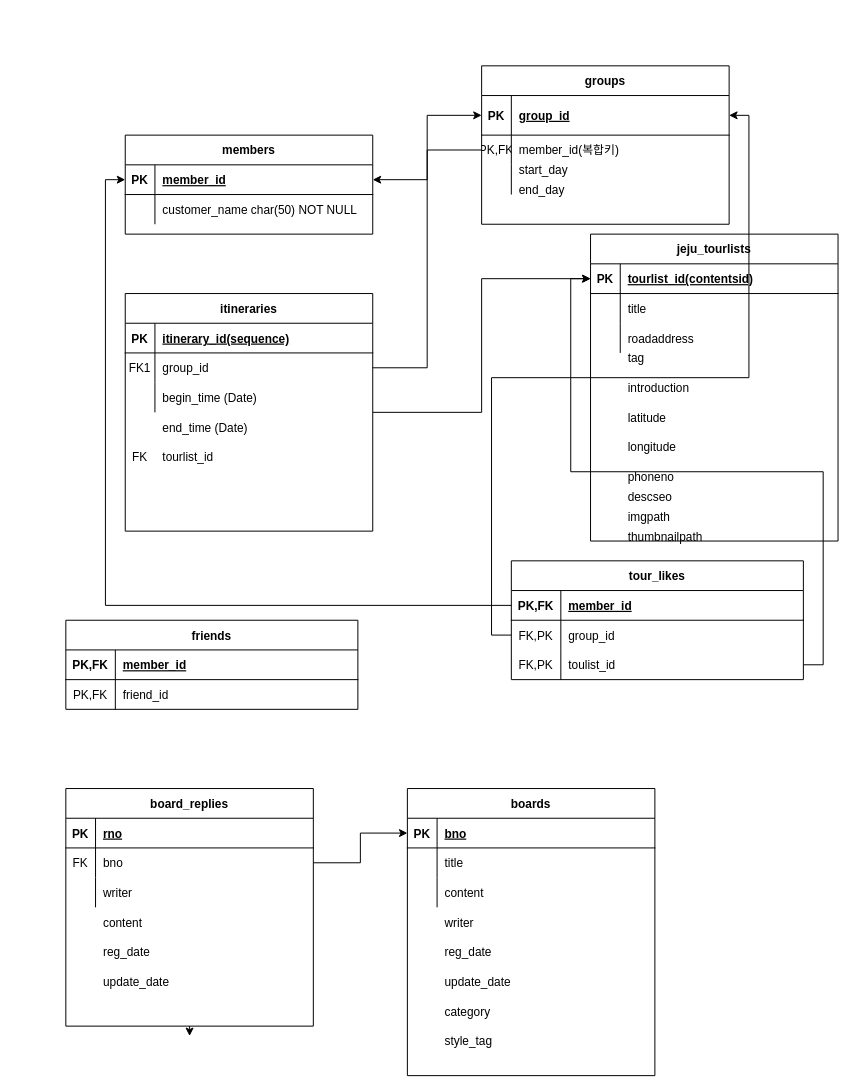
Youyeon-Kim/ShallweJeju keeps this draw.io diagram as Untitled Diagram.drawio. Above is the earlier version. Source tidied: cells renumbered, new cells numbered last; positions are measured from the earlier drawing's top-left corner, leaving out a move shared by most shapes. Both pictures are drawn from the tidied source at 99%, with x=0, y=0 at pixel (65, 65).
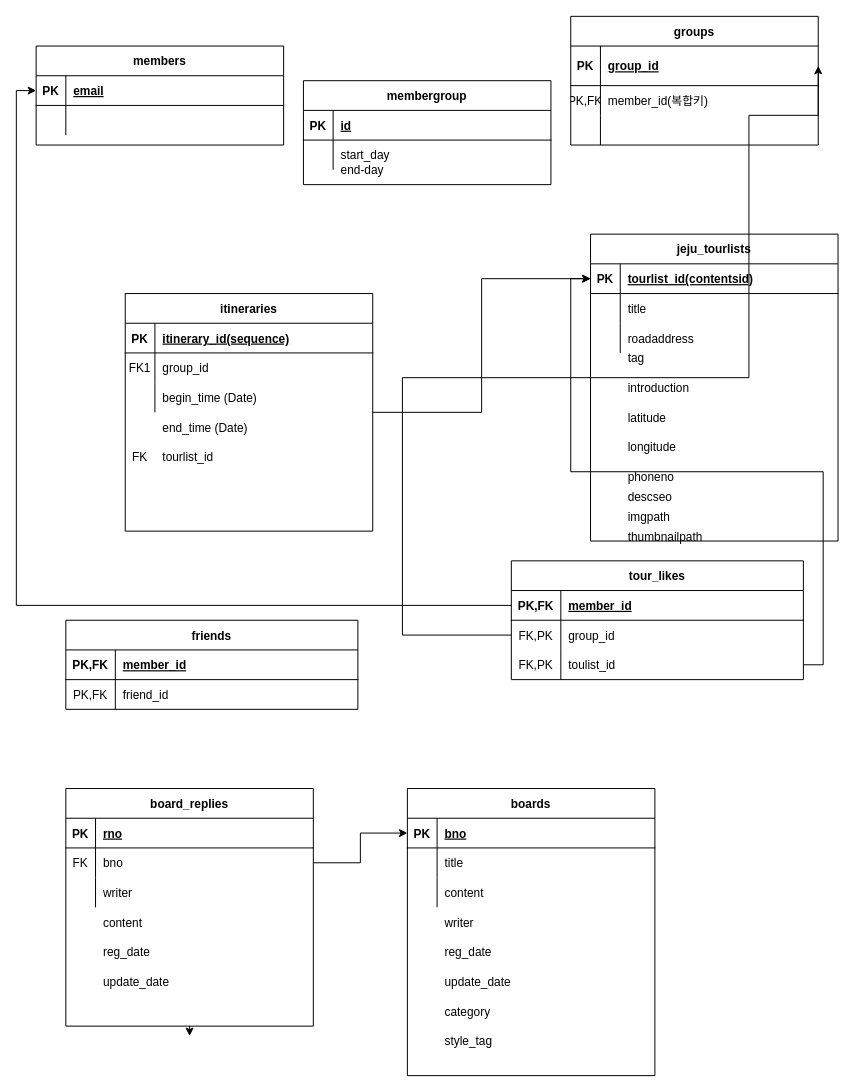
Above is the later version.

Unchanged cells that the change refers to:
```xml
<mxCell id="3" style="shape=partialRectangle;fillColor=none;points=[[0,0.5],[1,0.5]];portConstraint=eastwest;top=0;left=0;right=0;bottom=1;" parent="2" vertex="1">
  <mxGeometry y="30" width="250" height="40" as="geometry" />
</mxCell>
<mxCell id="6" style="shape=partialRectangle;fillColor=none;points=[[0,0.5],[1,0.5]];portConstraint=eastwest;top=0;left=0;right=0;bottom=0;" parent="2" vertex="1">
  <mxGeometry y="70" width="250" height="30" as="geometry" />
</mxCell>
<mxCell id="23" style="shape=partialRectangle;fillColor=none;points=[[0,0.5],[1,0.5]];portConstraint=eastwest;top=0;left=0;right=0;bottom=1;" parent="22" vertex="1">
  <mxGeometry y="30" width="250" height="30" as="geometry" />
</mxCell>
<mxCell id="26" style="shape=partialRectangle;fillColor=none;top=0;left=0;right=0;bottom=0;" parent="22" vertex="1">
  <mxGeometry y="60" width="250" height="30" as="geometry" />
</mxCell>
<mxCell id="34" style="shape=partialRectangle;fillColor=none;points=[[0,0.5],[1,0.5]];portConstraint=eastwest;top=0;left=0;right=0;bottom=0;" parent="30" vertex="1">
  <mxGeometry y="60" width="250" height="30" as="geometry" />
</mxCell>
<mxCell id="79" style="shape=partialRectangle;fillColor=none;points=[[0,0.5],[1,0.5]];portConstraint=eastwest;top=0;left=0;right=0;bottom=0;" parent="75" vertex="1">
  <mxGeometry y="60" width="295" height="30" as="geometry" />
</mxCell>
```

What changed in the source:
```diff
@@
     <mxCell id="2" value="groups" style="shape=table;startSize=30;childLayout=tableLayout;rowLines=0;fontStyle=1;align=center;" parent="1" vertex="1">
-      <mxGeometry x="420" width="250" height="160" as="geometry" />
+      <mxGeometry x="510" y="-50" width="250" height="130" as="geometry" />
     </mxCell>
@@
     <mxCell id="22" value="members" style="shape=table;startSize=30;childLayout=tableLayout;rowLines=0;fontStyle=1;align=center;" parent="1" vertex="1">
-      <mxGeometry x="60" y="70" width="250" height="100" as="geometry" />
+      <mxGeometry x="-30" y="-20" width="250" height="100" as="geometry" />
     </mxCell>
@@
-    <mxCell id="25" value="member_id" style="shape=partialRectangle;overflow=hidden;fillColor=none;top=0;left=0;bottom=0;right=0;align=left;spacingLeft=6;fontStyle=5;" parent="23" vertex="1">
+    <mxCell id="25" value="email" style="shape=partialRectangle;overflow=hidden;fillColor=none;top=0;left=0;bottom=0;right=0;align=left;spacingLeft=6;fontStyle=5;" parent="23" vertex="1">
       <mxGeometry x="30" width="220" height="30" as="geometry" />
     </mxCell>
@@
-    <mxCell id="28" value="customer_name char(50) NOT NULL" style="shape=partialRectangle;overflow=hidden;fillColor=none;top=0;left=0;bottom=0;right=0;align=left;spacingLeft=6;" parent="26" vertex="1">
+    <mxCell id="28" style="shape=partialRectangle;overflow=hidden;fillColor=none;top=0;left=0;bottom=0;right=0;align=left;spacingLeft=6;" parent="26" vertex="1">
       <mxGeometry x="30" width="220" height="30" as="geometry" />
     </mxCell>
@@
-    <mxCell id="43" style="edgeStyle=orthogonalEdgeStyle;rounded=0;jettySize=auto;html=1;exitX=1;exitY=0.5;exitDx=0;exitDy=0;entryX=0;entryY=0.5;entryDx=0;entryDy=0;" parent="1" edge="1" source="34" target="3">
-      <mxGeometry relative="1" as="geometry" />
-    </mxCell>
-    <mxCell id="44" value="start_day" style="shape=partialRectangle;overflow=hidden;fillColor=none;top=0;left=0;bottom=0;right=0;align=left;spacingLeft=6;" parent="1" vertex="1">
-      <mxGeometry x="450" y="90" width="220" height="30" as="geometry" />
-    </mxCell>
-    <mxCell id="45" value="end_day" style="shape=partialRectangle;overflow=hidden;fillColor=none;top=0;left=0;bottom=0;right=0;align=left;spacingLeft=6;" parent="1" vertex="1">
-      <mxGeometry x="450" y="110" width="220" height="30" as="geometry" />
-    </mxCell>
@@
-    <mxCell id="87" style="edgeStyle=orthogonalEdgeStyle;rounded=0;jettySize=auto;html=1;exitX=0;exitY=0.5;exitDx=0;exitDy=0;" parent="1" edge="1" source="6" target="23">
-      <mxGeometry relative="1" as="geometry" />
-    </mxCell>
@@
     <mxCell id="90" style="edgeStyle=orthogonalEdgeStyle;rounded=0;jettySize=auto;html=1;entryX=1;entryY=0.5;entryDx=0;entryDy=0;" parent="1" edge="1" source="79" target="3">
-      <mxGeometry relative="1" as="geometry" />
+      <mxGeometry relative="1" as="geometry">
+        <Array as="points">
+          <mxPoint x="340" y="575" />
+          <mxPoint x="340" y="315" />
+          <mxPoint x="690" y="315" />
+          <mxPoint x="690" y="50" />
+        </Array>
+      </mxGeometry>
     </mxCell>
@@
+    <mxCell id="108" value="membergroup" style="shape=table;startSize=30;childLayout=tableLayout;rowLines=0;fontStyle=1;align=center;" parent="1" vertex="1">
+      <mxGeometry x="240" y="15" width="250" height="105" as="geometry" />
+    </mxCell>
+    <mxCell id="109" style="shape=partialRectangle;fillColor=none;top=0;left=0;right=0;bottom=1;" parent="108" vertex="1">
+      <mxGeometry y="30" width="250" height="30" as="geometry" />
+    </mxCell>
+    <mxCell id="110" value="PK" style="shape=partialRectangle;overflow=hidden;fillColor=none;top=0;left=0;bottom=0;right=0;fontStyle=1;" parent="109" vertex="1">
+      <mxGeometry width="30" height="30" as="geometry" />
+    </mxCell>
+    <mxCell id="111" value="id" style="shape=partialRectangle;overflow=hidden;fillColor=none;top=0;left=0;bottom=0;right=0;align=left;spacingLeft=6;fontStyle=5;" parent="109" vertex="1">
+      <mxGeometry x="30" width="220" height="30" as="geometry" />
+    </mxCell>
+    <mxCell id="112" style="shape=partialRectangle;fillColor=none;top=0;left=0;right=0;bottom=0;" parent="108" vertex="1">
+      <mxGeometry y="60" width="250" height="30" as="geometry" />
+    </mxCell>
+    <mxCell id="113" style="shape=partialRectangle;overflow=hidden;fillColor=none;top=0;left=0;bottom=0;right=0;" parent="112" vertex="1">
+      <mxGeometry width="30" height="30" as="geometry" />
+    </mxCell>
+    <mxCell id="44" value="start_day" style="shape=partialRectangle;overflow=hidden;fillColor=none;top=0;left=0;bottom=0;right=0;align=left;spacingLeft=6;" parent="112" vertex="1">
+      <mxGeometry x="30" width="220" height="30" as="geometry" />
+    </mxCell>
+    <mxCell id="114" style="shape=partialRectangle;fillColor=none;top=0;left=0;right=0;bottom=0;" parent="1" vertex="1">
+      <mxGeometry x="240" y="90" width="250" height="30" as="geometry" />
+    </mxCell>
+    <mxCell id="115" style="shape=partialRectangle;overflow=hidden;fillColor=none;top=0;left=0;bottom=0;right=0;" parent="114" vertex="1">
+      <mxGeometry width="30" height="30" as="geometry" />
+    </mxCell>
+    <mxCell id="116" value="end-day" style="shape=partialRectangle;overflow=hidden;fillColor=none;top=0;left=0;bottom=0;right=0;align=left;spacingLeft=6;" parent="114" vertex="1">
+      <mxGeometry x="30" width="220" height="30" as="geometry" />
+    </mxCell>
```
